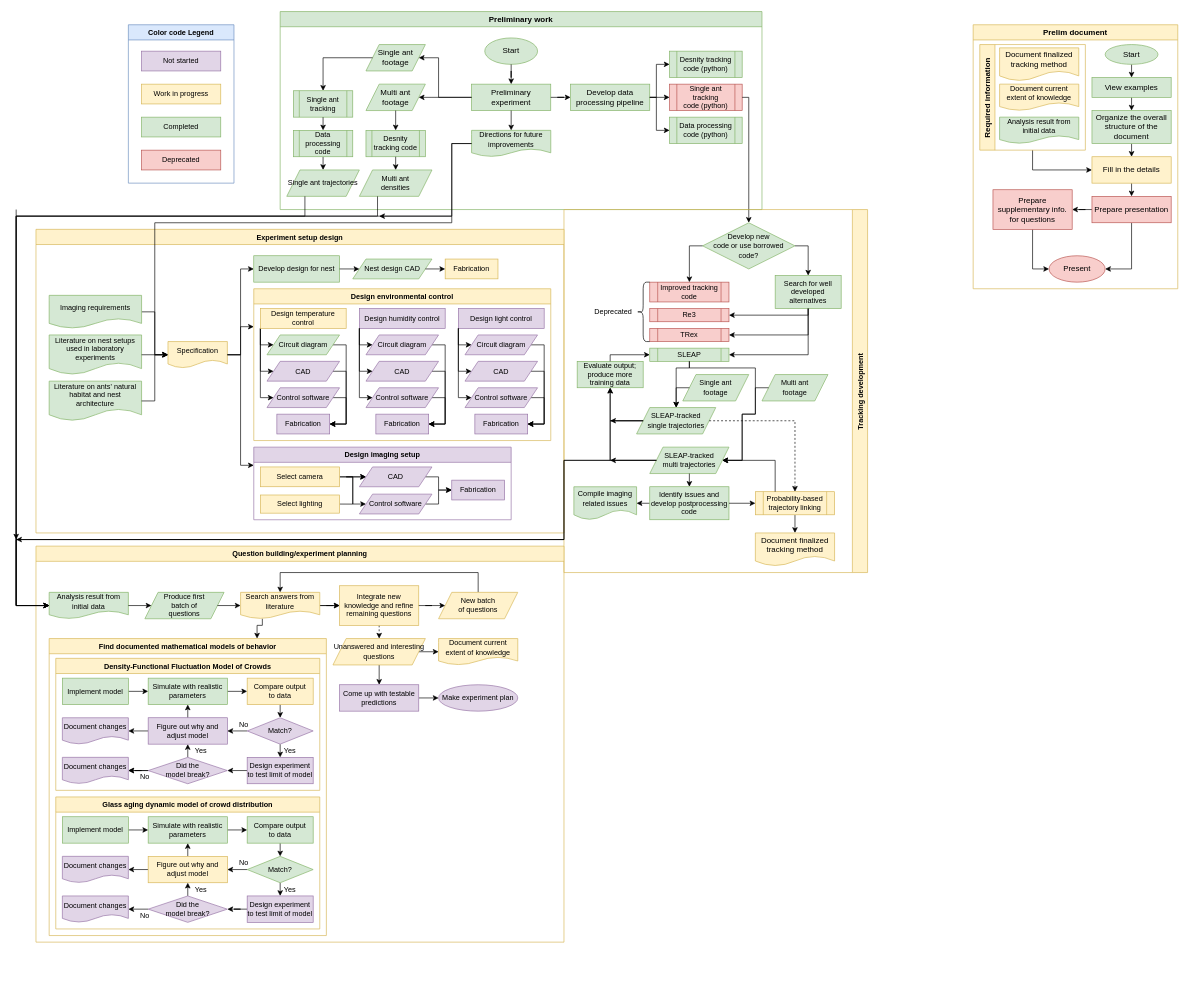
Before: research/Progress.drawio in MangledPotat0/diagramsRoot, a draw.io diagram. Source tidied: cells renumbered, new cells numbered last; positions are measured from the earlier drawing's top-left corner, leaving out a move shared by most shapes. Both pictures are drawn from the tidied source at 66%, with x=0, y=0 at pixel (16, 11).
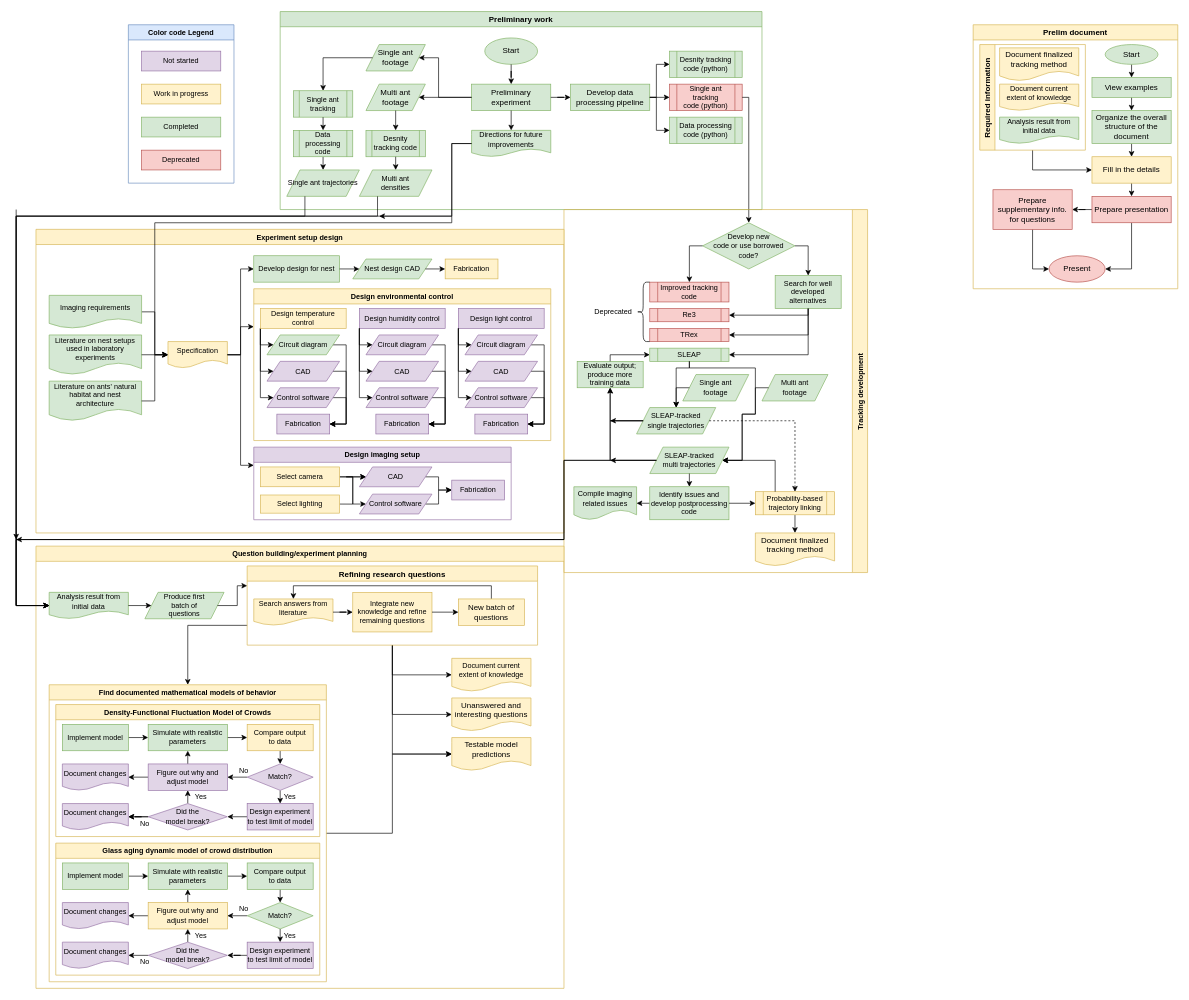
After the change.

Commit message:
Restructured question building process

The change refers to these unchanged cells:
```xml
<mxCell id="135" value="&lt;div&gt;Produce first &lt;br&gt;&lt;/div&gt;&lt;div&gt;batch of &lt;br&gt;&lt;/div&gt;&lt;div&gt;questions&lt;/div&gt;" style="shape=parallelogram;perimeter=parallelogramPerimeter;whiteSpace=wrap;html=1;fixedSize=1;fontSize=11;fillColor=#d5e8d4;strokeColor=#82b366;" parent="134" vertex="1">
  <mxGeometry x="165" y="70" width="120" height="40" as="geometry" />
</mxCell>
```

Change to the diagram source:
```diff
@@
     <mxCell id="134" value="Question building/experiment planning" style="swimlane;fontSize=11;fillColor=#fff2cc;strokeColor=#d6b656;" parent="1" vertex="1">
-      <mxGeometry x="30" y="810" width="800" height="600" as="geometry" />
+      <mxGeometry x="30" y="810" width="800" height="670" as="geometry" />
     </mxCell>
@@
-    <mxCell id="136" style="edgeStyle=orthogonalEdgeStyle;rounded=0;jettySize=auto;html=1;exitX=0.275;exitY=1;exitDx=0;exitDy=0;entryX=0.75;entryY=0;entryDx=0;entryDy=0;fontSize=11;exitPerimeter=0;" parent="134" edge="1" source="205" target="153">
-      <mxGeometry relative="1" as="geometry">
-        <Array as="points">
-          <mxPoint x="343" y="120" />
-          <mxPoint x="335" y="120" />
-        </Array>
-      </mxGeometry>
-    </mxCell>
-    <mxCell id="137" style="edgeStyle=orthogonalEdgeStyle;rounded=0;jettySize=auto;html=1;exitX=1;exitY=0.5;exitDx=0;exitDy=0;entryX=0;entryY=0.5;entryDx=0;entryDy=0;fontSize=11;" parent="134" edge="1" source="135">
-      <mxGeometry relative="1" as="geometry">
-        <mxPoint x="310" y="90" as="targetPoint" />
-      </mxGeometry>
-    </mxCell>
-    <mxCell id="138" style="edgeStyle=orthogonalEdgeStyle;rounded=0;jettySize=auto;html=1;exitX=0.5;exitY=1;exitDx=0;exitDy=0;entryX=0.5;entryY=0;entryDx=0;entryDy=0;fontSize=11;dashed=1;" parent="134" edge="1" source="139" target="148">
-      <mxGeometry relative="1" as="geometry" />
-    </mxCell>
-    <mxCell id="139" value="Integrate new knowledge and refine remaining questions" style="rounded=0;whiteSpace=wrap;html=1;fontSize=11;fillColor=#fff2cc;strokeColor=#d6b656;" parent="134" vertex="1">
-      <mxGeometry x="460" y="60" width="120" height="60" as="geometry" />
-    </mxCell>
-    <mxCell id="140" style="edgeStyle=orthogonalEdgeStyle;rounded=0;jettySize=auto;html=1;exitX=1;exitY=0.5;exitDx=0;exitDy=0;entryX=0;entryY=0.5;entryDx=0;entryDy=0;fontSize=11;" parent="134" edge="1" target="139">
-      <mxGeometry relative="1" as="geometry">
-        <mxPoint x="430" y="90" as="sourcePoint" />
-      </mxGeometry>
-    </mxCell>
-    <mxCell id="141" style="edgeStyle=orthogonalEdgeStyle;rounded=0;jettySize=auto;html=1;exitX=0.5;exitY=0;exitDx=0;exitDy=0;entryX=0.5;entryY=0;entryDx=0;entryDy=0;fontSize=11;" parent="134" edge="1" source="142" target="205">
-      <mxGeometry relative="1" as="geometry">
-        <Array as="points">
-          <mxPoint x="670" y="40" />
-          <mxPoint x="370" y="40" />
-        </Array>
-      </mxGeometry>
-    </mxCell>
-    <mxCell id="142" value="&lt;div&gt;New batch &lt;br&gt;&lt;/div&gt;&lt;div&gt;of questions&lt;/div&gt;" style="shape=parallelogram;perimeter=parallelogramPerimeter;whiteSpace=wrap;html=1;fixedSize=1;fontSize=11;fillColor=#fff2cc;strokeColor=#d6b656;" parent="134" vertex="1">
-      <mxGeometry x="610" y="70" width="120" height="40" as="geometry" />
-    </mxCell>
-    <mxCell id="143" style="edgeStyle=orthogonalEdgeStyle;rounded=0;jettySize=auto;html=1;exitX=1;exitY=0.5;exitDx=0;exitDy=0;entryX=0;entryY=0.5;entryDx=0;entryDy=0;fontSize=11;" parent="134" edge="1" source="139" target="142">
-      <mxGeometry relative="1" as="geometry" />
-    </mxCell>
@@
-    <mxCell id="146" style="edgeStyle=orthogonalEdgeStyle;rounded=0;jettySize=auto;html=1;exitX=1;exitY=0.5;exitDx=0;exitDy=0;entryX=0;entryY=0.5;entryDx=0;entryDy=0;fontSize=11;" parent="134" edge="1" source="148" target="149">
-      <mxGeometry relative="1" as="geometry" />
-    </mxCell>
-    <mxCell id="147" style="edgeStyle=orthogonalEdgeStyle;rounded=0;jettySize=auto;html=1;exitX=0.5;exitY=1;exitDx=0;exitDy=0;entryX=0.5;entryY=0;entryDx=0;entryDy=0;fontSize=11;" parent="134" edge="1" source="148" target="151">
-      <mxGeometry relative="1" as="geometry" />
-    </mxCell>
-    <mxCell id="148" value="Unanswered and interesting questions" style="shape=parallelogram;perimeter=parallelogramPerimeter;whiteSpace=wrap;html=1;fixedSize=1;fontSize=11;fillColor=#fff2cc;strokeColor=#d6b656;" parent="134" vertex="1">
-      <mxGeometry x="450" y="140" width="140" height="40" as="geometry" />
-    </mxCell>
     <mxCell id="149" value="Document current extent of knowledge" style="shape=document;whiteSpace=wrap;html=1;boundedLbl=1;fontSize=11;fillColor=#fff2cc;strokeColor=#d6b656;" parent="134" vertex="1">
-      <mxGeometry x="610" y="140" width="120" height="40" as="geometry" />
+      <mxGeometry x="630" y="170" width="120" height="50" as="geometry" />
     </mxCell>
-    <mxCell id="150" style="edgeStyle=orthogonalEdgeStyle;rounded=0;jettySize=auto;html=1;exitX=1;exitY=0.5;exitDx=0;exitDy=0;entryX=0;entryY=0.5;entryDx=0;entryDy=0;fontSize=11;" parent="134" edge="1" source="151" target="152">
-      <mxGeometry relative="1" as="geometry" />
-    </mxCell>
-    <mxCell id="151" value="Come up with testable predictions" style="rounded=0;whiteSpace=wrap;html=1;fontSize=11;fillColor=#e1d5e7;strokeColor=#9673a6;" parent="134" vertex="1">
-      <mxGeometry x="460" y="210" width="120" height="40" as="geometry" />
-    </mxCell>
-    <mxCell id="152" value="Make experiment plan" style="ellipse;whiteSpace=wrap;html=1;fontSize=11;fillColor=#e1d5e7;strokeColor=#9673a6;" parent="134" vertex="1">
-      <mxGeometry x="610" y="210" width="120" height="40" as="geometry" />
-    </mxCell>
+    <mxCell id="236" style="edgeStyle=orthogonalEdgeStyle;rounded=0;jettySize=auto;html=1;exitX=1;exitY=0.5;exitDx=0;exitDy=0;entryX=0;entryY=0.5;entryDx=0;entryDy=0;" parent="134" edge="1" source="153" target="243">
+      <mxGeometry relative="1" as="geometry">
+        <Array as="points">
+          <mxPoint x="540" y="435" />
+          <mxPoint x="540" y="315" />
+        </Array>
+      </mxGeometry>
+    </mxCell>
     <mxCell id="153" value="Find documented mathematical models of behavior" style="swimlane;fontSize=11;fillColor=#fff2cc;strokeColor=#d6b656;" parent="134" vertex="1">
-      <mxGeometry x="20" y="140" width="420" height="450" as="geometry" />
+      <mxGeometry x="20" y="210" width="420" height="450" as="geometry" />
     </mxCell>
@@
+    <mxCell id="237" style="edgeStyle=orthogonalEdgeStyle;rounded=0;jettySize=auto;html=1;exitX=0;exitY=0.75;exitDx=0;exitDy=0;entryX=0.5;entryY=0;entryDx=0;entryDy=0;" parent="134" edge="1" source="241" target="153">
+      <mxGeometry relative="1" as="geometry" />
+    </mxCell>
+    <mxCell id="238" style="edgeStyle=orthogonalEdgeStyle;rounded=0;jettySize=auto;html=1;exitX=0.5;exitY=1;exitDx=0;exitDy=0;entryX=0;entryY=0.5;entryDx=0;entryDy=0;" parent="134" edge="1" source="241" target="149">
+      <mxGeometry relative="1" as="geometry" />
+    </mxCell>
+    <mxCell id="239" style="edgeStyle=orthogonalEdgeStyle;rounded=0;jettySize=auto;html=1;exitX=0.5;exitY=1;exitDx=0;exitDy=0;entryX=0;entryY=0.5;entryDx=0;entryDy=0;" parent="134" edge="1" source="241" target="148">
+      <mxGeometry relative="1" as="geometry" />
+    </mxCell>
+    <mxCell id="240" style="edgeStyle=orthogonalEdgeStyle;rounded=0;jettySize=auto;html=1;exitX=0.5;exitY=1;exitDx=0;exitDy=0;entryX=0;entryY=0.5;entryDx=0;entryDy=0;" parent="134" edge="1" source="241" target="243">
+      <mxGeometry relative="1" as="geometry" />
+    </mxCell>
+    <mxCell id="241" value="Refining research questions" style="swimlane;fillColor=#fff2cc;strokeColor=#d6b656;" parent="134" vertex="1">
+      <mxGeometry x="320" y="30" width="440" height="120" as="geometry" />
+    </mxCell>
+    <mxCell id="205" value="Search answers from literature" style="shape=document;whiteSpace=wrap;html=1;boundedLbl=1;fontSize=11;fillColor=#fff2cc;strokeColor=#d6b656;" parent="241" vertex="1">
+      <mxGeometry x="10" y="50" width="120" height="40" as="geometry" />
+    </mxCell>
+    <mxCell id="139" value="Integrate new knowledge and refine remaining questions" style="rounded=0;whiteSpace=wrap;html=1;fontSize=11;fillColor=#fff2cc;strokeColor=#d6b656;" parent="241" vertex="1">
+      <mxGeometry x="160" y="40" width="120" height="60" as="geometry" />
+    </mxCell>
-    <mxCell id="204" style="edgeStyle=orthogonalEdgeStyle;rounded=0;jettySize=auto;html=1;fontSize=11;exitX=1;exitY=0.5;exitDx=0;exitDy=0;" parent="134" edge="1" source="205" target="139">
+    <mxCell id="204" style="edgeStyle=orthogonalEdgeStyle;rounded=0;jettySize=auto;html=1;fontSize=11;exitX=1;exitY=0.5;exitDx=0;exitDy=0;" parent="241" edge="1" source="205" target="139">
       <mxGeometry relative="1" as="geometry" />
     </mxCell>
-    <mxCell id="205" value="Search answers from literature" style="shape=document;whiteSpace=wrap;html=1;boundedLbl=1;fontSize=11;fillColor=#fff2cc;strokeColor=#d6b656;" parent="134" vertex="1">
-      <mxGeometry x="310" y="70" width="120" height="40" as="geometry" />
-    </mxCell>
+    <mxCell id="141" style="edgeStyle=orthogonalEdgeStyle;rounded=0;jettySize=auto;html=1;exitX=0.5;exitY=0;exitDx=0;exitDy=0;entryX=0.5;entryY=0;entryDx=0;entryDy=0;fontSize=11;" parent="241" edge="1" source="142" target="205">
+      <mxGeometry relative="1" as="geometry">
+        <Array as="points">
+          <mxPoint x="370" y="30" />
+          <mxPoint x="70" y="30" />
+        </Array>
+      </mxGeometry>
+    </mxCell>
+    <mxCell id="143" style="edgeStyle=orthogonalEdgeStyle;rounded=0;jettySize=auto;html=1;exitX=1;exitY=0.5;exitDx=0;exitDy=0;entryX=0;entryY=0.5;entryDx=0;entryDy=0;fontSize=11;" parent="241" edge="1" source="139" target="142">
+      <mxGeometry relative="1" as="geometry" />
+    </mxCell>
+    <mxCell id="142" value="New batch of questions" style="rounded=0;whiteSpace=wrap;html=1;fillColor=#fff2cc;strokeColor=#d6b656;" parent="241" vertex="1">
+      <mxGeometry x="320" y="50" width="100" height="40" as="geometry" />
+    </mxCell>
+    <mxCell id="242" style="edgeStyle=orthogonalEdgeStyle;rounded=0;jettySize=auto;html=1;exitX=1;exitY=0.5;exitDx=0;exitDy=0;entryX=0;entryY=0.25;entryDx=0;entryDy=0;" parent="134" edge="1" source="135" target="241">
+      <mxGeometry relative="1" as="geometry" />
+    </mxCell>
+    <mxCell id="148" value="Unanswered and interesting questions" style="shape=document;whiteSpace=wrap;html=1;boundedLbl=1;fillColor=#fff2cc;strokeColor=#d6b656;" parent="134" vertex="1">
+      <mxGeometry x="630" y="230" width="120" height="50" as="geometry" />
+    </mxCell>
+    <mxCell id="243" value="Testable model predictions" style="shape=document;whiteSpace=wrap;html=1;boundedLbl=1;fillColor=#fff2cc;strokeColor=#d6b656;" parent="134" vertex="1">
+      <mxGeometry x="630" y="290" width="120" height="50" as="geometry" />
+    </mxCell>
```
